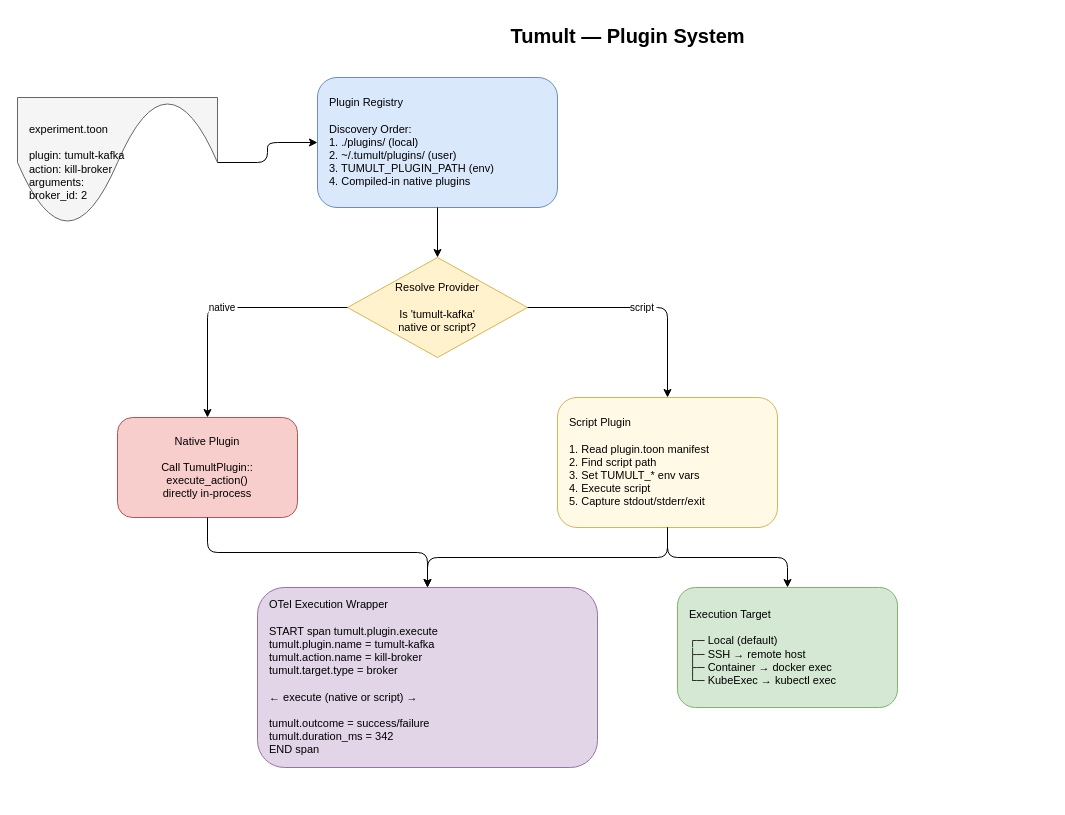
Earlier version of the draw.io diagram page "Plugin System" (3 of 3) of docs/architecture/tumult-architecture.drawio (mwigge/tumult). Source tidied: cells renumbered, new cells numbered last; positions are measured from the earlier drawing's top-left corner, leaving out a move shared by most shapes. Both pictures are drawn from the tidied source at 100%, with x=0, y=0 at pixel (17, 17).
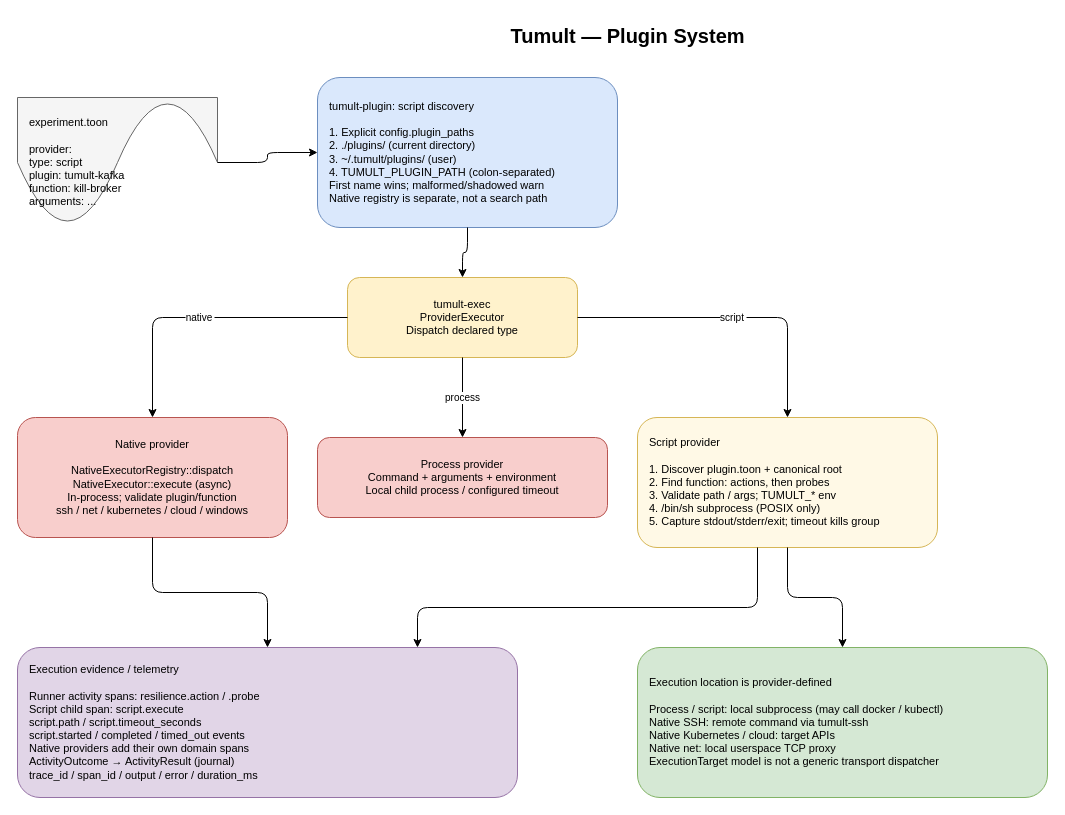
After the change.

Change to the diagram source:
```diff
@@
     <mxCell id="2" value="Tumult — Plugin System" style="text;html=1;fontSize=20;fontStyle=1;align=center;" parent="1" vertex="1">
-      <mxGeometry x="460" width="300" height="40" as="geometry" />
+      <mxGeometry x="460" width="300" height="60" as="geometry" />
     </mxCell>
-    <mxCell id="3" value="experiment.toon&#10;&#10;plugin: tumult-kafka&#10;action: kill-broker&#10;arguments:&#10;  broker_id: 2" style="shape=document;whiteSpace=wrap;html=1;size=20;fillColor=#f5f5f5;strokeColor=#666666;fontSize=11;align=left;spacingLeft=10;" parent="1" vertex="1">
+    <mxCell id="3" value="experiment.toon&#10;&#10;provider:&#10;  type: script&#10;  plugin: tumult-kafka&#10;  function: kill-broker&#10;  arguments: ..." style="shape=document;whiteSpace=wrap;html=1;size=20;fillColor=#f5f5f5;strokeColor=#666666;fontSize=11;align=left;spacingLeft=10;" parent="1" vertex="1">
       <mxGeometry y="80" width="200" height="130" as="geometry" />
     </mxCell>
-    <mxCell id="4" value="Plugin Registry&#10;&#10;Discovery Order:&#10;1. ./plugins/ (local)&#10;2. ~/.tumult/plugins/ (user)&#10;3. TUMULT_PLUGIN_PATH (env)&#10;4. Compiled-in native plugins" style="rounded=1;whiteSpace=wrap;html=1;fillColor=#dae8fc;strokeColor=#6c8ebf;fontSize=11;align=left;spacingLeft=10;" parent="1" vertex="1">
-      <mxGeometry x="300" y="60" width="240" height="130" as="geometry" />
+    <mxCell id="4" value="tumult-plugin: script discovery&#10;&#10;1. Explicit config.plugin_paths&#10;2. ./plugins/ (current directory)&#10;3. ~/.tumult/plugins/ (user)&#10;4. TUMULT_PLUGIN_PATH (colon-separated)&#10;First name wins; malformed/shadowed warn&#10;Native registry is separate, not a search path" style="rounded=1;whiteSpace=wrap;html=1;fillColor=#dae8fc;strokeColor=#6c8ebf;fontSize=11;align=left;spacingLeft=10;" parent="1" vertex="1">
+      <mxGeometry x="300" y="60" width="300" height="150" as="geometry" />
     </mxCell>
-    <mxCell id="5" value="Resolve Provider&#10;&#10;Is 'tumult-kafka'&#10;native or script?" style="shape=rhombus;whiteSpace=wrap;html=1;fillColor=#fff2cc;strokeColor=#d6b656;fontSize=11;" parent="1" vertex="1">
-      <mxGeometry x="330" y="240" width="180" height="100" as="geometry" />
+    <mxCell id="5" value="tumult-exec&#10;ProviderExecutor&#10;Dispatch declared type" style="rounded=1;whiteSpace=wrap;html=1;fillColor=#fff2cc;strokeColor=#d6b656;fontSize=11;" parent="1" vertex="1">
+      <mxGeometry x="330" y="260" width="230" height="80" as="geometry" />
     </mxCell>
-    <mxCell id="6" value="Native Plugin&#10;&#10;Call TumultPlugin::&#10;execute_action()&#10;directly in-process" style="rounded=1;whiteSpace=wrap;html=1;fillColor=#f8cecc;strokeColor=#b85450;fontSize=11;" parent="1" vertex="1">
-      <mxGeometry x="100" y="400" width="180" height="100" as="geometry" />
+    <mxCell id="6" value="Native provider&#10;&#10;NativeExecutorRegistry::dispatch&#10;NativeExecutor::execute (async)&#10;In-process; validate plugin/function&#10;ssh / net / kubernetes / cloud / windows" style="rounded=1;whiteSpace=wrap;html=1;fillColor=#f8cecc;strokeColor=#b85450;fontSize=11;" parent="1" vertex="1">
+      <mxGeometry y="400" width="270" height="120" as="geometry" />
     </mxCell>
-    <mxCell id="7" value="Script Plugin&#10;&#10;1. Read plugin.toon manifest&#10;2. Find script path&#10;3. Set TUMULT_* env vars&#10;4. Execute script&#10;5. Capture stdout/stderr/exit" style="rounded=1;whiteSpace=wrap;html=1;fillColor=#FFF9E6;strokeColor=#d6b656;fontSize=11;align=left;spacingLeft=10;" parent="1" vertex="1">
-      <mxGeometry x="540" y="380" width="220" height="130" as="geometry" />
+    <mxCell id="7" value="Script provider&#10;&#10;1. Discover plugin.toon + canonical root&#10;2. Find function: actions, then probes&#10;3. Validate path / args; TUMULT_* env&#10;4. /bin/sh subprocess (POSIX only)&#10;5. Capture stdout/stderr/exit; timeout kills group" style="rounded=1;whiteSpace=wrap;html=1;fillColor=#FFF9E6;strokeColor=#d6b656;fontSize=11;align=left;spacingLeft=10;" parent="1" vertex="1">
+      <mxGeometry x="620" y="400" width="300" height="130" as="geometry" />
     </mxCell>
-    <mxCell id="8" value="OTel Execution Wrapper&#10;&#10;START span tumult.plugin.execute&#10;  tumult.plugin.name = tumult-kafka&#10;  tumult.action.name = kill-broker&#10;  tumult.target.type = broker&#10;&#10;  ← execute (native or script) →&#10;&#10;  tumult.outcome = success/failure&#10;  tumult.duration_ms = 342&#10;END span" style="rounded=1;whiteSpace=wrap;html=1;fillColor=#e1d5e7;strokeColor=#9673a6;fontSize=11;align=left;spacingLeft=10;" parent="1" vertex="1">
-      <mxGeometry x="240" y="570" width="340" height="180" as="geometry" />
+    <mxCell id="8" value="Execution evidence / telemetry&#10;&#10;Runner activity spans: resilience.action / .probe&#10;Script child span: script.execute&#10;  script.path / script.timeout_seconds&#10;  script.started / completed / timed_out events&#10;Native providers add their own domain spans&#10;ActivityOutcome → ActivityResult (journal)&#10;trace_id / span_id / output / error / duration_ms" style="rounded=1;whiteSpace=wrap;html=1;fillColor=#e1d5e7;strokeColor=#9673a6;fontSize=11;align=left;spacingLeft=10;" parent="1" vertex="1">
+      <mxGeometry y="630" width="500" height="150" as="geometry" />
     </mxCell>
-    <mxCell id="9" value="Execution Target&#10;&#10;┌─ Local (default)&#10;├─ SSH → remote host&#10;├─ Container → docker exec&#10;└─ KubeExec → kubectl exec" style="rounded=1;whiteSpace=wrap;html=1;fillColor=#d5e8d4;strokeColor=#82b366;fontSize=11;align=left;spacingLeft=10;" parent="1" vertex="1">
-      <mxGeometry x="660" y="570" width="220" height="120" as="geometry" />
+    <mxCell id="9" value="Execution location is provider-defined&#10;&#10;Process / script: local subprocess (may call docker / kubectl)&#10;Native SSH: remote command via tumult-ssh&#10;Native Kubernetes / cloud: target APIs&#10;Native net: local userspace TCP proxy&#10;ExecutionTarget model is not a generic transport dispatcher" style="rounded=1;whiteSpace=wrap;html=1;fillColor=#d5e8d4;strokeColor=#82b366;fontSize=11;align=left;spacingLeft=10;" parent="1" vertex="1">
+      <mxGeometry x="620" y="630" width="410" height="150" as="geometry" />
     </mxCell>
@@
-    <mxCell id="15" style="edgeStyle=orthogonalEdgeStyle;" parent="1" edge="1" source="7" target="8">
-      <mxGeometry relative="1" as="geometry" />
+    <mxCell id="15" style="edgeStyle=orthogonalEdgeStyle;rounded=1;jettySize=auto;exitX=0.4;exitY=1;entryX=0.8;entryY=0;" parent="1" edge="1" source="7" target="8">
+      <mxGeometry relative="1" as="geometry">
+        <Array as="points">
+          <mxPoint x="740" y="590" />
+          <mxPoint x="400" y="590" />
+        </Array>
+      </mxGeometry>
     </mxCell>
@@
+    <mxCell id="17" value="Process provider&#10;Command + arguments + environment&#10;Local child process / configured timeout" style="rounded=1;whiteSpace=wrap;html=1;fillColor=#f8cecc;strokeColor=#b85450;fontSize=11;" parent="1" vertex="1">
+      <mxGeometry x="300" y="420" width="290" height="80" as="geometry" />
+    </mxCell>
+    <mxCell id="18" value="process" style="edgeStyle=orthogonalEdgeStyle;rounded=1;jettySize=auto;html=1;fontSize=10;exitX=0.5;exitY=1;entryX=0.5;entryY=0;" parent="1" edge="1" source="5" target="17">
+      <mxGeometry relative="1" as="geometry" />
+    </mxCell>
```
